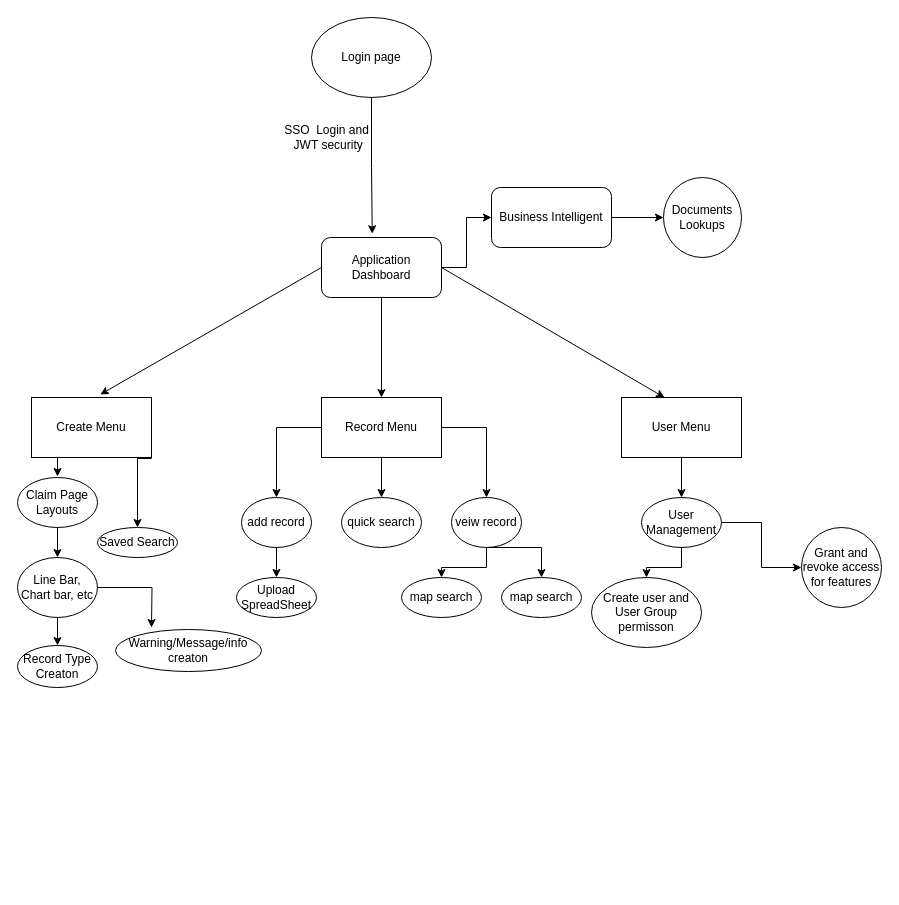
Before: DFD.drawio in rajendrakr85/documents, a draw.io diagram. Source tidied: cells renumbered, new cells numbered last; positions are measured from the earlier drawing's top-left corner, leaving out a move shared by most shapes. Both pictures are drawn from the tidied source at 100%, with x=0, y=0 at pixel (17, 17).
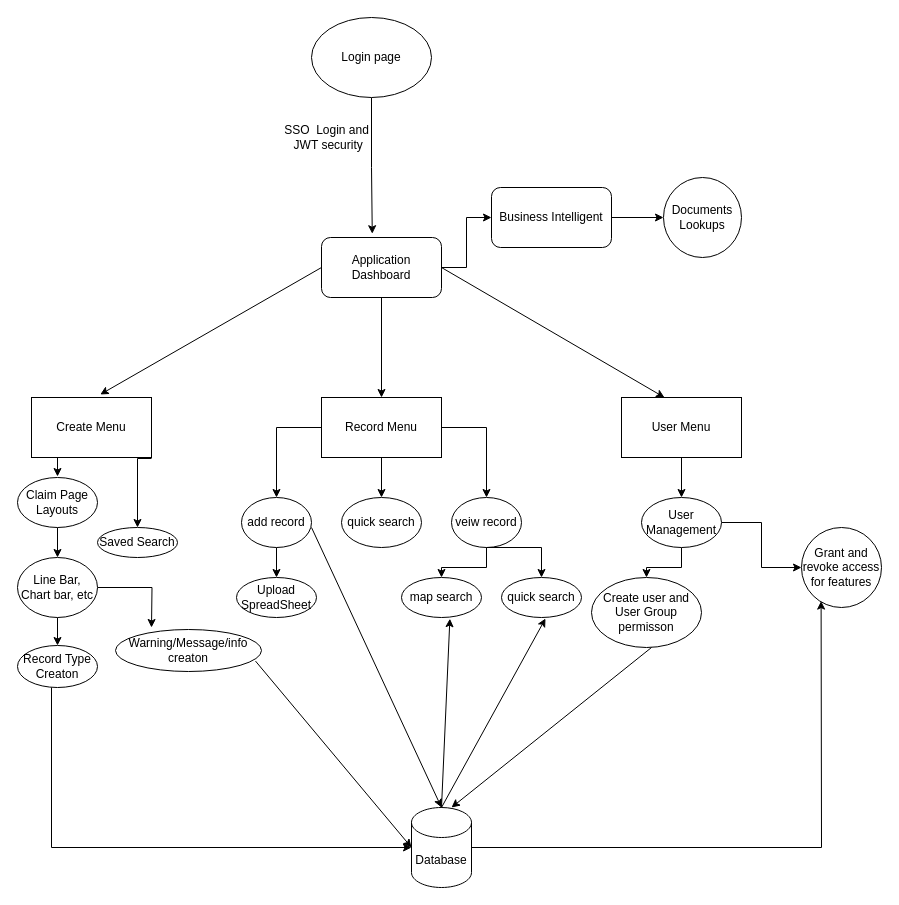
The same page after the edit.

Unchanged cells that the change refers to:
```xml
<mxCell id="28" value="map search" style="ellipse;whiteSpace=wrap;html=1;rounded=0;" parent="1" vertex="1">
  <mxGeometry x="384" y="560" width="80" height="40" as="geometry" />
</mxCell>
<mxCell id="37" value="Grant and revoke access for features" style="ellipse;whiteSpace=wrap;html=1;rounded=0;" parent="1" vertex="1">
  <mxGeometry x="784" y="510" width="80" height="80" as="geometry" />
</mxCell>
<mxCell id="43" value="Warning/Message/info creaton" style="ellipse;whiteSpace=wrap;html=1;rounded=0;" parent="1" vertex="1">
  <mxGeometry x="98" y="612" width="146" height="42" as="geometry" />
</mxCell>
```

What changed in the source:
```diff
@@
-    <mxCell id="29" value="map search" style="ellipse;whiteSpace=wrap;html=1;rounded=0;" parent="1" vertex="1">
+    <mxCell id="29" value="quick search" style="ellipse;whiteSpace=wrap;html=1;rounded=0;" parent="1" vertex="1">
       <mxGeometry x="484" y="560" width="80" height="40" as="geometry" />
     </mxCell>
@@
+    <mxCell id="44" value="Database" style="shape=cylinder3;whiteSpace=wrap;html=1;boundedLbl=1;backgroundOutline=1;size=15;" parent="1" vertex="1">
+      <mxGeometry x="394" y="790" width="60" height="80" as="geometry" />
+    </mxCell>
+    <mxCell id="45" style="endArrow=classic;html=1;rounded=0;entryX=0;entryY=0.5;entryDx=0;entryDy=0;entryPerimeter=0;" parent="1" edge="1" target="44">
+      <mxGeometry relative="1" as="geometry">
+        <mxPoint x="34" y="670" as="sourcePoint" />
+        <Array as="points">
+          <mxPoint x="34" y="830" />
+        </Array>
+      </mxGeometry>
+    </mxCell>
+    <mxCell id="46" style="endArrow=classic;html=1;rounded=0;entryX=0.5;entryY=0;entryDx=0;entryDy=0;entryPerimeter=0;" parent="1" edge="1" target="44">
+      <mxGeometry relative="1" as="geometry">
+        <mxPoint x="294" y="510" as="sourcePoint" />
+      </mxGeometry>
+    </mxCell>
+    <mxCell id="47" style="endArrow=classic;html=1;rounded=0;entryX=0.605;entryY=1.03;entryDx=0;entryDy=0;entryPerimeter=0;" parent="1" edge="1" target="28">
+      <mxGeometry relative="1" as="geometry">
+        <mxPoint x="424" y="790" as="sourcePoint" />
+      </mxGeometry>
+    </mxCell>
+    <mxCell id="48" style="endArrow=classic;html=1;rounded=0;entryX=0.605;entryY=1.03;entryDx=0;entryDy=0;entryPerimeter=0;" parent="1" edge="1">
+      <mxGeometry relative="1" as="geometry">
+        <mxPoint x="424" y="790" as="sourcePoint" />
+        <mxPoint x="528" y="601" as="targetPoint" />
+      </mxGeometry>
+    </mxCell>
+    <mxCell id="49" style="endArrow=classic;html=1;rounded=0;" parent="1" edge="1">
+      <mxGeometry relative="1" as="geometry">
+        <mxPoint x="634" y="630" as="sourcePoint" />
+        <mxPoint x="434" y="790" as="targetPoint" />
+      </mxGeometry>
+    </mxCell>
+    <mxCell id="50" style="endArrow=classic;html=1;rounded=0;entryX=0.245;entryY=0.92;entryDx=0;entryDy=0;exitX=1;exitY=0.5;exitDx=0;exitDy=0;exitPerimeter=0;entryPerimeter=0;" parent="1" edge="1" source="44" target="37">
+      <mxGeometry relative="1" as="geometry">
+        <Array as="points">
+          <mxPoint x="804" y="830" />
+        </Array>
+      </mxGeometry>
+    </mxCell>
+    <mxCell id="51" style="endArrow=classic;html=1;rounded=0;exitX=0.959;exitY=0.752;exitDx=0;exitDy=0;exitPerimeter=0;" parent="1" edge="1" source="43">
+      <mxGeometry relative="1" as="geometry">
+        <mxPoint x="394" y="830" as="targetPoint" />
+      </mxGeometry>
+    </mxCell>
```
